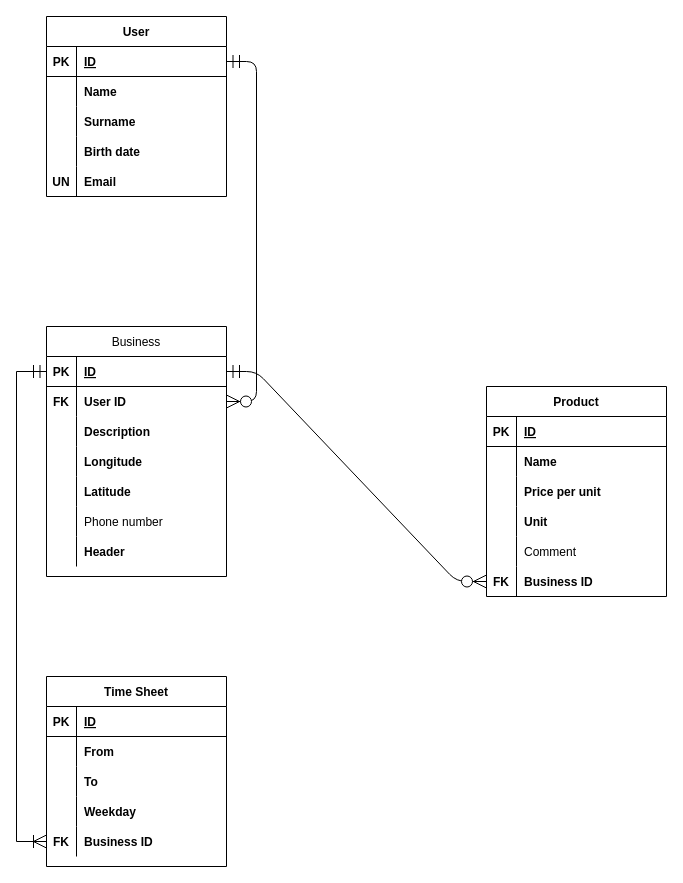
Before: diagram.drawio in EvalVis/Locals-Trade, a draw.io diagram. Source tidied: cells renumbered, new cells numbered last; positions are measured from the earlier drawing's top-left corner, leaving out a move shared by most shapes. Both pictures are drawn from the tidied source at 100%, with x=0, y=0 at pixel (46, 16).
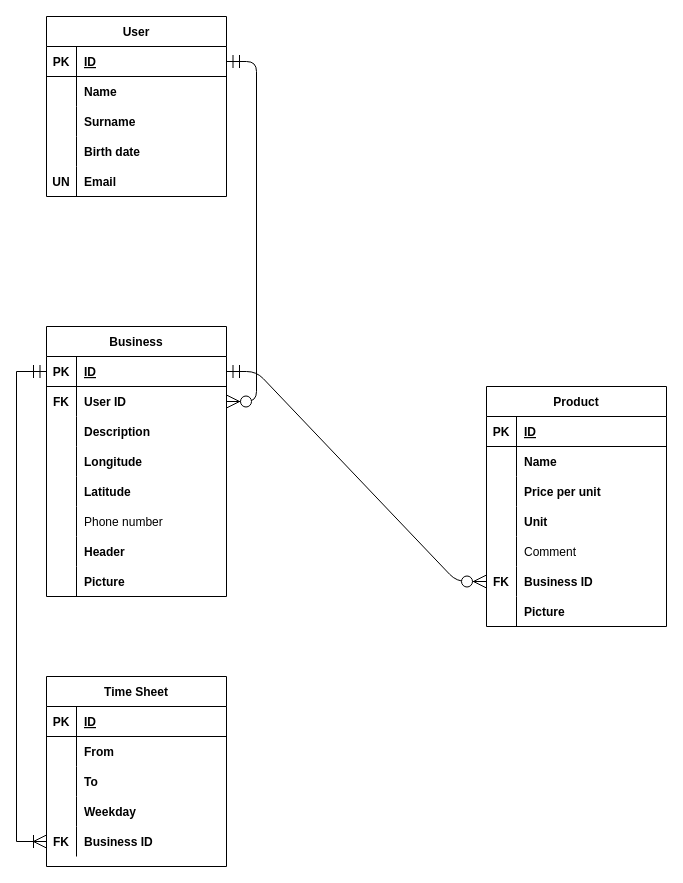
The same diagram, later.

Commit message (it also covers changes not shown here):
Updating database diagram.

What changed in the source:
```diff
@@
-    <mxCell id="18" value="Business" style="shape=table;startSize=30;childLayout=tableLayout;rowLines=0;fontStyle=0;align=center;rounded=0;" parent="1" vertex="1">
-      <mxGeometry y="310" width="180" height="250" as="geometry" />
+    <mxCell id="18" value="Business" style="shape=table;startSize=30;childLayout=tableLayout;rowLines=0;fontStyle=1;align=center;rounded=0;" parent="1" vertex="1">
+      <mxGeometry y="310" width="180" height="270" as="geometry" />
     </mxCell>
@@
+    <mxCell id="78" style="shape=partialRectangle;fillColor=none;top=0;left=0;bottom=0;right=0;" parent="18" vertex="1">
+      <mxGeometry y="240" width="180" height="30" as="geometry" />
+    </mxCell>
+    <mxCell id="79" style="shape=partialRectangle;fillColor=none;top=0;left=0;bottom=0;right=0;overflow=hidden;" parent="78" vertex="1">
+      <mxGeometry width="30" height="30" as="geometry" />
+    </mxCell>
+    <mxCell id="80" value="Picture" style="shape=partialRectangle;fillColor=none;top=0;left=0;bottom=0;right=0;align=left;spacingLeft=6;overflow=hidden;fontStyle=1;" parent="78" vertex="1">
+      <mxGeometry x="30" width="150" height="30" as="geometry" />
+    </mxCell>
@@
     <mxCell id="58" value="Product" style="shape=table;startSize=30;childLayout=tableLayout;rowLines=0;fontStyle=1;align=center;" parent="1" vertex="1">
-      <mxGeometry x="440" y="370" width="180" height="210" as="geometry" />
+      <mxGeometry x="440" y="370" width="180" height="240" as="geometry" />
     </mxCell>
@@
+    <mxCell id="81" style="shape=partialRectangle;fillColor=none;top=0;left=0;bottom=0;right=0;" parent="58" vertex="1">
+      <mxGeometry y="210" width="180" height="30" as="geometry" />
+    </mxCell>
+    <mxCell id="82" style="shape=partialRectangle;fillColor=none;top=0;left=0;bottom=0;right=0;overflow=hidden;fontStyle=1;" parent="81" vertex="1">
+      <mxGeometry width="30" height="30" as="geometry" />
+    </mxCell>
+    <mxCell id="83" value="Picture" style="shape=partialRectangle;fillColor=none;top=0;left=0;bottom=0;right=0;align=left;spacingLeft=6;overflow=hidden;fontStyle=1;" parent="81" vertex="1">
+      <mxGeometry x="30" width="150" height="30" as="geometry" />
+    </mxCell>
```
